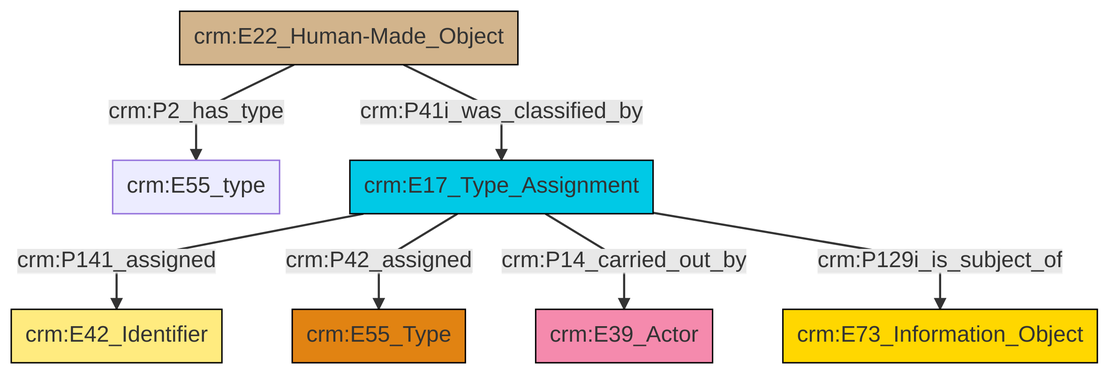
This is et/builtWorkCSV/ttl/mmd/png/Built_Work_designation_status.png from swiss-art-research-net/reference-data-models, a Mermaid export, as it was before one commit. Its source is kept beside it as et/builtWorkCSV/ttl/mmd/Built_Work_designation_status.ttl.mmd. Source of this version:
```mermaid
graph TD
classDef Literal fill:#f2f2f2,stroke:#000000;
classDef CRM_Entity fill:#FFFFFF,stroke:#000000;
classDef Temporal_Entity fill:#00C9E6, stroke:#000000;
classDef Type fill:#E18312, stroke:#000000;
classDef Time-Span fill:#2C9C91, stroke:#000000;
classDef Appellation fill:#FFEB7F, stroke:#000000;
classDef Place fill:#008836, stroke:#000000;
classDef Persistent_Item fill:#B266B2, stroke:#000000;
classDef Conceptual_Object fill:#FFD700, stroke:#000000;
classDef Physical_Thing fill:#D2B48C, stroke:#000000;
classDef Actor fill:#f58aad, stroke:#000000;
classDef PC_Classes fill:#4ce600, stroke:#000000;
classDef Multi fill:#cccccc,stroke:#000000;

2["crm:E22_Human-Made_Object"]:::Physical_Thing -->|crm:P2_has_type| 3["crm:E55_type"]:::Default
6["crm:E17_Type_Assignment"]:::Temporal_Entity -->|crm:P141_assigned| 7["crm:E42_Identifier"]:::Appellation
6["crm:E17_Type_Assignment"]:::Temporal_Entity -->|crm:P42_assigned| 8["crm:E55_Type"]:::Type
6["crm:E17_Type_Assignment"]:::Temporal_Entity -->|crm:P14_carried_out_by| 4["crm:E39_Actor"]:::Actor
6["crm:E17_Type_Assignment"]:::Temporal_Entity -->|crm:P129i_is_subject_of| 0["crm:E73_Information_Object"]:::Conceptual_Object
2["crm:E22_Human-Made_Object"]:::Physical_Thing -->|crm:P41i_was_classified_by| 6["crm:E17_Type_Assignment"]:::Temporal_Entity
```
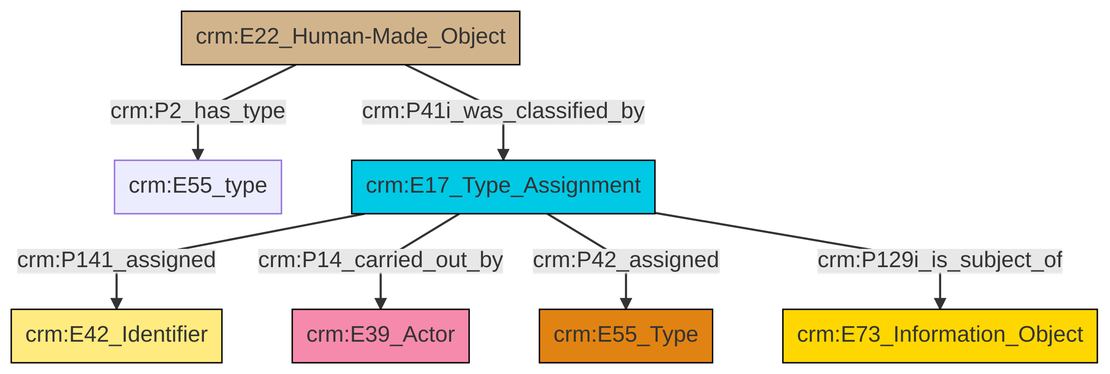
After the commit.

Diff of the diagram source:
```diff
@@ -13,9 +13,9 @@
 classDef PC_Classes fill:#4ce600, stroke:#000000;
 classDef Multi fill:#cccccc,stroke:#000000;
 
-2["crm:E22_Human-Made_Object"]:::Physical_Thing -->|crm:P2_has_type| 3["crm:E55_type"]:::Default
-6["crm:E17_Type_Assignment"]:::Temporal_Entity -->|crm:P141_assigned| 7["crm:E42_Identifier"]:::Appellation
-6["crm:E17_Type_Assignment"]:::Temporal_Entity -->|crm:P42_assigned| 8["crm:E55_Type"]:::Type
-6["crm:E17_Type_Assignment"]:::Temporal_Entity -->|crm:P14_carried_out_by| 4["crm:E39_Actor"]:::Actor
-6["crm:E17_Type_Assignment"]:::Temporal_Entity -->|crm:P129i_is_subject_of| 0["crm:E73_Information_Object"]:::Conceptual_Object
-2["crm:E22_Human-Made_Object"]:::Physical_Thing -->|crm:P41i_was_classified_by| 6["crm:E17_Type_Assignment"]:::Temporal_Entity
+3["crm:E22_Human-Made_Object"]:::Physical_Thing -->|crm:P2_has_type| 4["crm:E55_type"]:::Default
+5["crm:E17_Type_Assignment"]:::Temporal_Entity -->|crm:P141_assigned| 6["crm:E42_Identifier"]:::Appellation
+5["crm:E17_Type_Assignment"]:::Temporal_Entity -->|crm:P14_carried_out_by| 7["crm:E39_Actor"]:::Actor
+5["crm:E17_Type_Assignment"]:::Temporal_Entity -->|crm:P42_assigned| 0["crm:E55_Type"]:::Type
+3["crm:E22_Human-Made_Object"]:::Physical_Thing -->|crm:P41i_was_classified_by| 5["crm:E17_Type_Assignment"]:::Temporal_Entity
+5["crm:E17_Type_Assignment"]:::Temporal_Entity -->|crm:P129i_is_subject_of| 11["crm:E73_Information_Object"]:::Conceptual_Object
```
